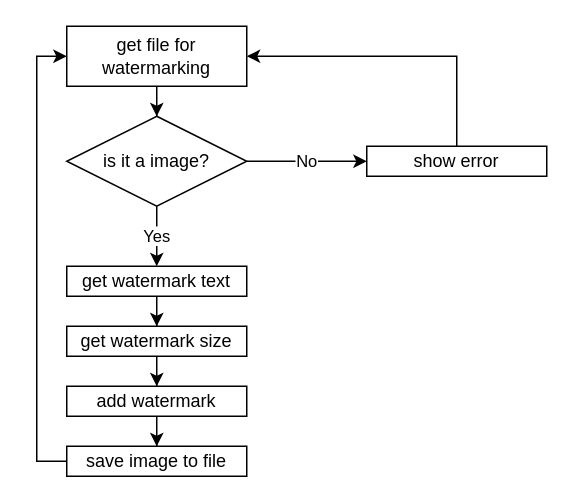
Before: flowchart.drawio in k-yakovlev/image-watermarking, a draw.io diagram. Source tidied: cells renumbered, new cells numbered last; positions are measured from the earlier drawing's top-left corner, leaving out a move shared by most shapes. Both pictures are drawn from the tidied source at 150%, with x=0, y=0 at pixel (66, 26).
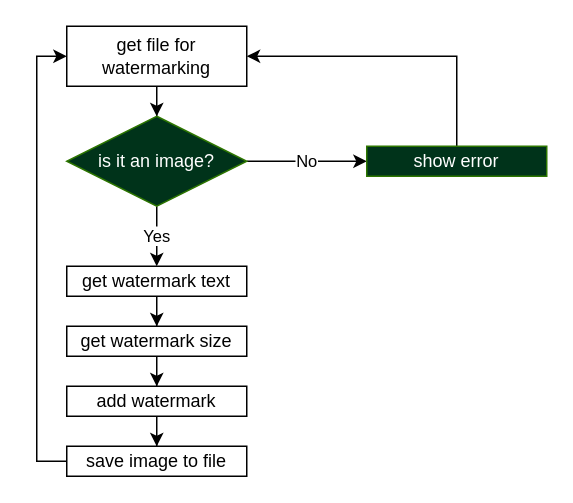
After the change.

Commit message (it also covers changes not shown here):
Fix get_step_of_watermarks_by_x().

Change to the diagram source:
```diff
@@
 <mxGraphModel>
   <root>
     <mxCell id="0" />
     <mxCell id="1" parent="0" />
     <mxCell id="2" style="edgeStyle=orthogonalEdgeStyle;rounded=0;jettySize=auto;html=1;" parent="1" edge="1" source="3" target="6">
       <mxGeometry relative="1" as="geometry" />
     </mxCell>
     <mxCell id="3" value="get file for watermarking" style="rounded=0;whiteSpace=wrap;html=1;" parent="1" vertex="1">
       <mxGeometry width="120" height="40" as="geometry" />
     </mxCell>
     <mxCell id="4" value="Yes" style="edgeStyle=orthogonalEdgeStyle;rounded=0;jettySize=auto;html=1;" parent="1" edge="1" source="6" target="8">
       <mxGeometry relative="1" as="geometry" />
     </mxCell>
     <mxCell id="5" value="No" style="edgeStyle=orthogonalEdgeStyle;rounded=0;jettySize=auto;html=1;" parent="1" edge="1" source="6" target="12">
       <mxGeometry relative="1" as="geometry" />
     </mxCell>
-    <mxCell id="6" value="is it a image?" style="rhombus;whiteSpace=wrap;html=1;rounded=0;" parent="1" vertex="1">
+    <mxCell id="6" value="is it an image?" style="rhombus;whiteSpace=wrap;html=1;rounded=0;strokeColor=#2D7600;fontColor=#ffffff;fillColor=#00331A;" parent="1" vertex="1">
       <mxGeometry y="60" width="120" height="60" as="geometry" />
     </mxCell>
     <mxCell id="7" style="edgeStyle=orthogonalEdgeStyle;rounded=0;jettySize=auto;html=1;" parent="1" edge="1" source="8" target="10">
       <mxGeometry relative="1" as="geometry" />
     </mxCell>
     <mxCell id="8" value="get watermark text" style="whiteSpace=wrap;html=1;rounded=0;" parent="1" vertex="1">
       <mxGeometry y="160" width="120" height="20" as="geometry" />
     </mxCell>
     <mxCell id="9" style="edgeStyle=orthogonalEdgeStyle;rounded=0;jettySize=auto;html=1;" parent="1" edge="1" source="10" target="14">
       <mxGeometry relative="1" as="geometry" />
     </mxCell>
     <mxCell id="10" value="get watermark size" style="whiteSpace=wrap;html=1;rounded=0;" parent="1" vertex="1">
       <mxGeometry y="200" width="120" height="20" as="geometry" />
     </mxCell>
     <mxCell id="11" style="edgeStyle=orthogonalEdgeStyle;rounded=0;jettySize=auto;html=1;entryX=1;entryY=0.5;entryDx=0;entryDy=0;exitX=0.5;exitY=0;exitDx=0;exitDy=0;" parent="1" edge="1" source="12" target="3">
       <mxGeometry relative="1" as="geometry" />
     </mxCell>
-    <mxCell id="12" value="show error" style="whiteSpace=wrap;html=1;rounded=0;" parent="1" vertex="1">
+    <mxCell id="12" value="show error" style="whiteSpace=wrap;html=1;rounded=0;strokeColor=#2D7600;fontColor=#ffffff;fillColor=#00331A;" parent="1" vertex="1">
       <mxGeometry x="200" y="80" width="120" height="20" as="geometry" />
     </mxCell>
     <mxCell id="13" style="edgeStyle=orthogonalEdgeStyle;rounded=0;jettySize=auto;html=1;" parent="1" edge="1" source="14" target="16">
       <mxGeometry relative="1" as="geometry" />
     </mxCell>
     <mxCell id="14" value="add watermark" style="whiteSpace=wrap;html=1;rounded=0;" parent="1" vertex="1">
       <mxGeometry y="240" width="120" height="20" as="geometry" />
     </mxCell>
     <mxCell id="15" style="edgeStyle=orthogonalEdgeStyle;rounded=0;jettySize=auto;html=1;entryX=0;entryY=0.5;entryDx=0;entryDy=0;exitX=0;exitY=0.5;exitDx=0;exitDy=0;" parent="1" edge="1" source="16" target="3">
       <mxGeometry relative="1" as="geometry" />
     </mxCell>
     <mxCell id="16" value="save image to file" style="whiteSpace=wrap;html=1;rounded=0;" parent="1" vertex="1">
       <mxGeometry y="280" width="120" height="20" as="geometry" />
     </mxCell>
   </root>
 </mxGraphModel>
```
